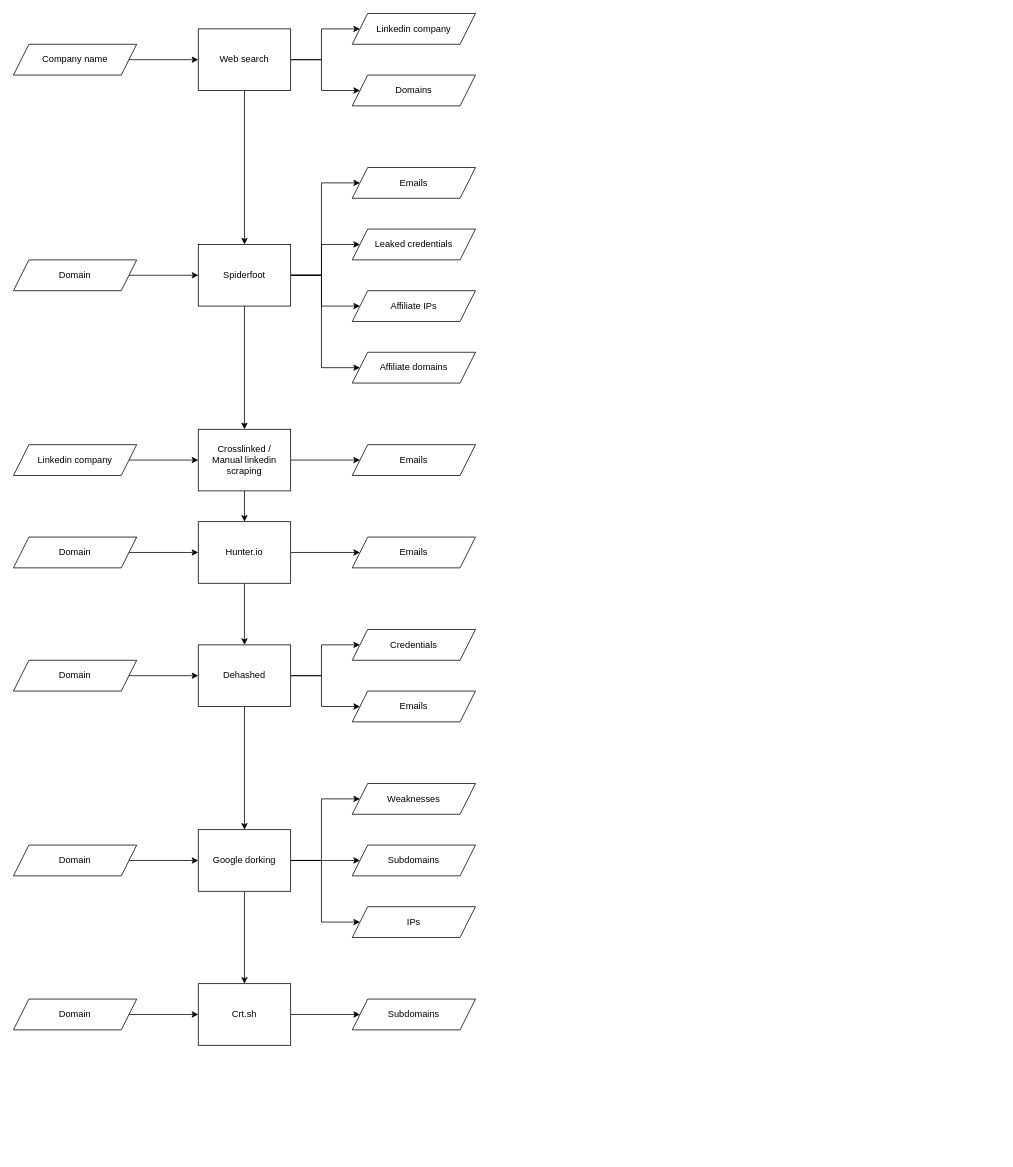
Above: notes/pt.drawio in MrcSantos/Penetration-Testing-notes (draw.io), before the change. Source tidied: cells renumbered, new cells numbered last; positions are measured from the earlier drawing's top-left corner, leaving out a move shared by most shapes. Both pictures are drawn from the tidied source at 77%, with x=0, y=0 at pixel (13, 13).
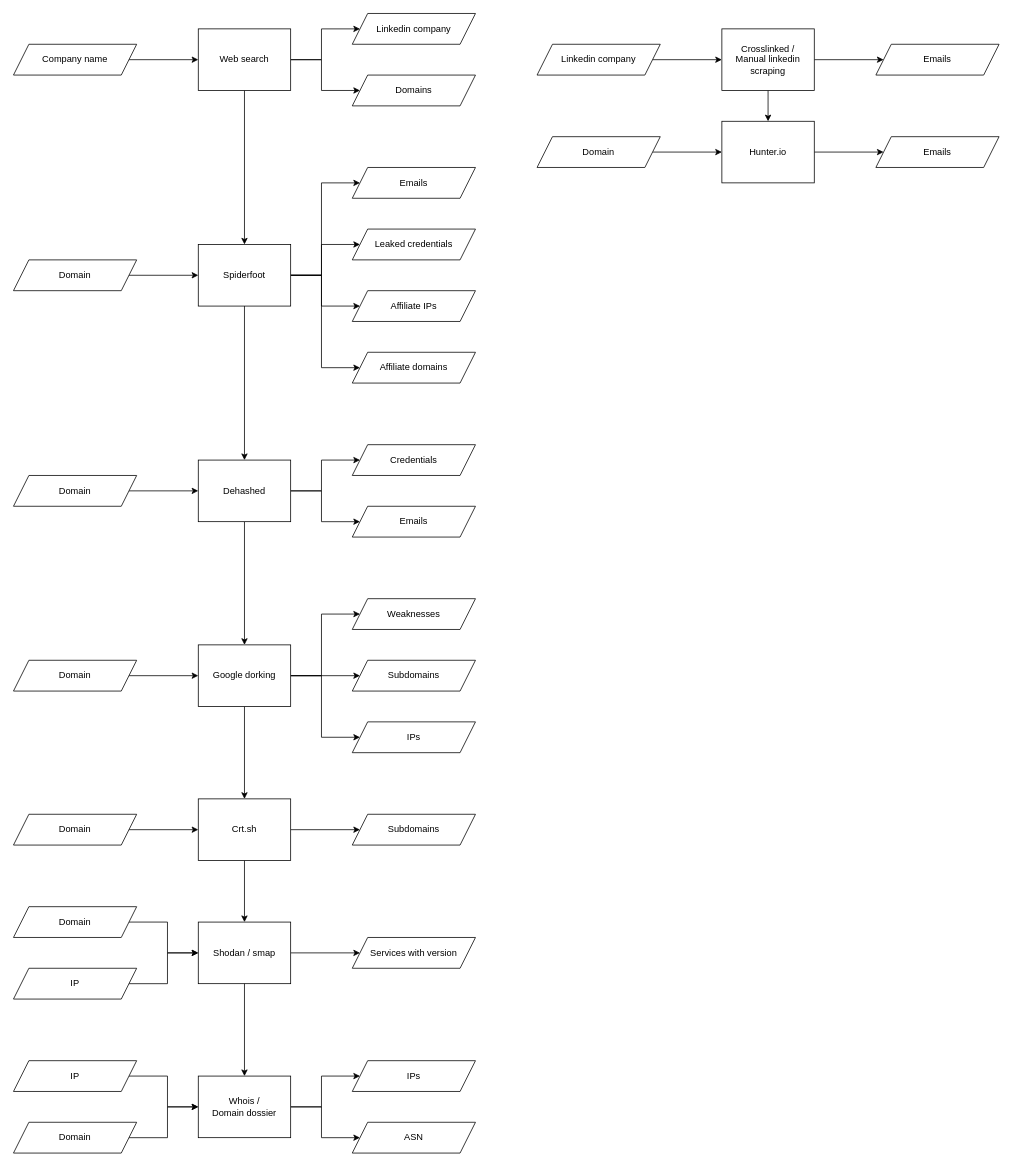
After the change.

Unchanged cells that the change refers to:
```xml
<mxCell id="10" value="Spiderfoot" style="rounded=0;whiteSpace=wrap;html=1;" parent="1" vertex="1">
  <mxGeometry x="240" y="300" width="120" height="80" as="geometry" />
</mxCell>
```

Change to the diagram source:
```diff
@@
-    <mxCell id="9" style="edgeStyle=orthogonalEdgeStyle;rounded=0;jettySize=auto;html=1;" parent="1" edge="1" source="10" target="40">
-      <mxGeometry relative="1" as="geometry" />
-    </mxCell>
@@
-    <mxCell id="21" style="edgeStyle=orthogonalEdgeStyle;rounded=0;jettySize=auto;html=1;" parent="1" edge="1" source="23" target="24">
-      <mxGeometry relative="1" as="geometry" />
-    </mxCell>
-    <mxCell id="22" style="edgeStyle=orthogonalEdgeStyle;rounded=0;jettySize=auto;html=1;" parent="1" edge="1" source="23" target="47">
+    <mxCell id="22" style="edgeStyle=orthogonalEdgeStyle;rounded=0;jettySize=auto;html=1;" parent="1" edge="1" source="10" target="47">
       <mxGeometry relative="1" as="geometry" />
     </mxCell>
-    <mxCell id="23" value="Hunter.io" style="rounded=0;whiteSpace=wrap;html=1;" parent="1" vertex="1">
-      <mxGeometry x="240" y="660" width="120" height="80" as="geometry" />
-    </mxCell>
-    <mxCell id="24" value="Emails" style="shape=parallelogram;perimeter=parallelogramPerimeter;whiteSpace=wrap;html=1;shapeInside=1;fixedSize=1;" parent="1" vertex="1">
-      <mxGeometry x="440" y="680" width="160" height="40" as="geometry" />
-    </mxCell>
-    <mxCell id="25" style="edgeStyle=orthogonalEdgeStyle;rounded=0;jettySize=auto;html=1;" parent="1" edge="1" source="26" target="23">
-      <mxGeometry relative="1" as="geometry" />
-    </mxCell>
-    <mxCell id="26" value="Domain" style="shape=parallelogram;perimeter=parallelogramPerimeter;whiteSpace=wrap;html=1;shapeInside=1;fixedSize=1;" parent="1" vertex="1">
-      <mxGeometry y="680" width="160" height="40" as="geometry" />
-    </mxCell>
     <mxCell id="27" style="edgeStyle=orthogonalEdgeStyle;rounded=0;jettySize=auto;html=1;" parent="1" edge="1" source="31" target="32">
       <mxGeometry relative="1" as="geometry">
         <Array as="points">
-          <mxPoint x="380" y="1100" />
-          <mxPoint x="380" y="1100" />
+          <mxPoint x="380" y="860" />
+          <mxPoint x="380" y="860" />
         </Array>
       </mxGeometry>
     </mxCell>
     <mxCell id="28" style="edgeStyle=orthogonalEdgeStyle;rounded=0;jettySize=auto;html=1;" parent="1" edge="1" source="31" target="35">
       <mxGeometry relative="1" as="geometry">
         <Array as="points">
-          <mxPoint x="400" y="1100" />
-          <mxPoint x="400" y="1180" />
+          <mxPoint x="400" y="860" />
+          <mxPoint x="400" y="940" />
         </Array>
       </mxGeometry>
     </mxCell>
     <mxCell id="29" style="edgeStyle=orthogonalEdgeStyle;rounded=0;jettySize=auto;html=1;" parent="1" edge="1" source="31" target="36">
       <mxGeometry relative="1" as="geometry">
         <Array as="points">
-          <mxPoint x="400" y="1100" />
-          <mxPoint x="400" y="1020" />
+          <mxPoint x="400" y="860" />
+          <mxPoint x="400" y="780" />
         </Array>
       </mxGeometry>
     </mxCell>
@@
     <mxCell id="31" value="Google dorking" style="rounded=0;whiteSpace=wrap;html=1;" parent="1" vertex="1">
-      <mxGeometry x="240" y="1060" width="120" height="80" as="geometry" />
+      <mxGeometry x="240" y="820" width="120" height="80" as="geometry" />
     </mxCell>
     <mxCell id="32" value="Subdomains" style="shape=parallelogram;perimeter=parallelogramPerimeter;whiteSpace=wrap;html=1;shapeInside=1;fixedSize=1;" parent="1" vertex="1">
-      <mxGeometry x="440" y="1080" width="160" height="40" as="geometry" />
+      <mxGeometry x="440" y="840" width="160" height="40" as="geometry" />
     </mxCell>
@@
     <mxCell id="34" value="Domain" style="shape=parallelogram;perimeter=parallelogramPerimeter;whiteSpace=wrap;html=1;shapeInside=1;fixedSize=1;" parent="1" vertex="1">
-      <mxGeometry y="1080" width="160" height="40" as="geometry" />
+      <mxGeometry y="840" width="160" height="40" as="geometry" />
     </mxCell>
     <mxCell id="35" value="IPs" style="shape=parallelogram;perimeter=parallelogramPerimeter;whiteSpace=wrap;html=1;shapeInside=1;fixedSize=1;" parent="1" vertex="1">
-      <mxGeometry x="440" y="1160" width="160" height="40" as="geometry" />
+      <mxGeometry x="440" y="920" width="160" height="40" as="geometry" />
     </mxCell>
     <mxCell id="36" value="Weaknesses" style="shape=parallelogram;perimeter=parallelogramPerimeter;whiteSpace=wrap;html=1;shapeInside=1;fixedSize=1;" parent="1" vertex="1">
-      <mxGeometry x="440" y="1000" width="160" height="40" as="geometry" />
+      <mxGeometry x="440" y="760" width="160" height="40" as="geometry" />
     </mxCell>
@@
-    <mxCell id="38" style="edgeStyle=orthogonalEdgeStyle;rounded=0;jettySize=auto;html=1;" parent="1" edge="1" source="40" target="41">
-      <mxGeometry relative="1" as="geometry" />
-    </mxCell>
-    <mxCell id="39" style="edgeStyle=orthogonalEdgeStyle;rounded=0;jettySize=auto;html=1;entryX=0.5;entryY=0;entryDx=0;entryDy=0;" parent="1" edge="1" source="40" target="23">
-      <mxGeometry relative="1" as="geometry" />
-    </mxCell>
-    <mxCell id="40" value="Crosslinked /&lt;div&gt;Manual linkedin scraping&lt;/div&gt;" style="rounded=0;whiteSpace=wrap;html=1;" parent="1" vertex="1">
-      <mxGeometry x="240" y="540" width="120" height="80" as="geometry" />
-    </mxCell>
-    <mxCell id="41" value="Emails" style="shape=parallelogram;perimeter=parallelogramPerimeter;whiteSpace=wrap;html=1;shapeInside=1;fixedSize=1;" parent="1" vertex="1">
-      <mxGeometry x="440" y="560" width="160" height="40" as="geometry" />
-    </mxCell>
-    <mxCell id="42" style="edgeStyle=orthogonalEdgeStyle;rounded=0;jettySize=auto;html=1;" parent="1" edge="1" source="43" target="40">
-      <mxGeometry relative="1" as="geometry" />
-    </mxCell>
-    <mxCell id="43" value="Linkedin company" style="shape=parallelogram;perimeter=parallelogramPerimeter;whiteSpace=wrap;html=1;shapeInside=1;fixedSize=1;" parent="1" vertex="1">
-      <mxGeometry y="560" width="160" height="40" as="geometry" />
-    </mxCell>
@@
     <mxCell id="47" value="Dehashed" style="rounded=0;whiteSpace=wrap;html=1;" parent="1" vertex="1">
-      <mxGeometry x="240" y="820" width="120" height="80" as="geometry" />
+      <mxGeometry x="240" y="580" width="120" height="80" as="geometry" />
     </mxCell>
     <mxCell id="48" value="Credentials" style="shape=parallelogram;perimeter=parallelogramPerimeter;whiteSpace=wrap;html=1;shapeInside=1;fixedSize=1;" parent="1" vertex="1">
-      <mxGeometry x="440" y="800" width="160" height="40" as="geometry" />
+      <mxGeometry x="440" y="560" width="160" height="40" as="geometry" />
     </mxCell>
@@
     <mxCell id="50" value="Domain" style="shape=parallelogram;perimeter=parallelogramPerimeter;whiteSpace=wrap;html=1;shapeInside=1;fixedSize=1;" parent="1" vertex="1">
-      <mxGeometry y="840" width="160" height="40" as="geometry" />
+      <mxGeometry y="600" width="160" height="40" as="geometry" />
     </mxCell>
@@
+    <mxCell id="57" style="edgeStyle=orthogonalEdgeStyle;rounded=0;jettySize=auto;html=1;" parent="1" edge="1" source="52" target="59">
+      <mxGeometry relative="1" as="geometry" />
+    </mxCell>
     <mxCell id="52" value="Crt.sh" style="rounded=0;whiteSpace=wrap;html=1;" parent="1" vertex="1">
-      <mxGeometry x="240" y="1260" width="120" height="80" as="geometry" />
+      <mxGeometry x="240" y="1020" width="120" height="80" as="geometry" />
     </mxCell>
     <mxCell id="53" value="Subdomains" style="shape=parallelogram;perimeter=parallelogramPerimeter;whiteSpace=wrap;html=1;shapeInside=1;fixedSize=1;" parent="1" vertex="1">
-      <mxGeometry x="440" y="1280" width="160" height="40" as="geometry" />
+      <mxGeometry x="440" y="1040" width="160" height="40" as="geometry" />
     </mxCell>
@@
     <mxCell id="55" value="Domain" style="shape=parallelogram;perimeter=parallelogramPerimeter;whiteSpace=wrap;html=1;shapeInside=1;fixedSize=1;" parent="1" vertex="1">
-      <mxGeometry y="1280" width="160" height="40" as="geometry" />
+      <mxGeometry y="1040" width="160" height="40" as="geometry" />
     </mxCell>
     <mxCell id="56" value="Emails" style="shape=parallelogram;perimeter=parallelogramPerimeter;whiteSpace=wrap;html=1;shapeInside=1;fixedSize=1;" parent="1" vertex="1">
-      <mxGeometry x="440" y="880" width="160" height="40" as="geometry" />
+      <mxGeometry x="440" y="640" width="160" height="40" as="geometry" />
     </mxCell>
+    <mxCell id="58" style="edgeStyle=orthogonalEdgeStyle;rounded=0;jettySize=auto;html=1;" parent="1" edge="1" source="59" target="60">
+      <mxGeometry relative="1" as="geometry" />
+    </mxCell>
+    <mxCell id="59" value="Shodan / smap" style="rounded=0;whiteSpace=wrap;html=1;" parent="1" vertex="1">
+      <mxGeometry x="240" y="1180" width="120" height="80" as="geometry" />
+    </mxCell>
+    <mxCell id="60" value="Services with version" style="shape=parallelogram;perimeter=parallelogramPerimeter;whiteSpace=wrap;html=1;shapeInside=1;fixedSize=1;" parent="1" vertex="1">
+      <mxGeometry x="440" y="1200" width="160" height="40" as="geometry" />
+    </mxCell>
+    <mxCell id="61" style="edgeStyle=orthogonalEdgeStyle;rounded=0;jettySize=auto;html=1;" parent="1" edge="1" source="62" target="59">
+      <mxGeometry relative="1" as="geometry" />
+    </mxCell>
+    <mxCell id="62" value="Domain" style="shape=parallelogram;perimeter=parallelogramPerimeter;whiteSpace=wrap;html=1;shapeInside=1;fixedSize=1;" parent="1" vertex="1">
+      <mxGeometry y="1160" width="160" height="40" as="geometry" />
+    </mxCell>
+    <mxCell id="63" style="edgeStyle=orthogonalEdgeStyle;rounded=0;jettySize=auto;html=1;" parent="1" edge="1" source="64" target="59">
+      <mxGeometry relative="1" as="geometry" />
+    </mxCell>
+    <mxCell id="64" value="IP" style="shape=parallelogram;perimeter=parallelogramPerimeter;whiteSpace=wrap;html=1;shapeInside=1;fixedSize=1;" parent="1" vertex="1">
+      <mxGeometry y="1240" width="160" height="40" as="geometry" />
+    </mxCell>
+    <mxCell id="65" style="edgeStyle=orthogonalEdgeStyle;rounded=0;jettySize=auto;html=1;entryX=0.5;entryY=0;entryDx=0;entryDy=0;" parent="1" edge="1" source="59" target="68">
+      <mxGeometry relative="1" as="geometry" />
+    </mxCell>
+    <mxCell id="66" style="edgeStyle=orthogonalEdgeStyle;rounded=0;jettySize=auto;html=1;" parent="1" edge="1" source="68" target="69">
+      <mxGeometry relative="1" as="geometry" />
+    </mxCell>
+    <mxCell id="67" style="edgeStyle=orthogonalEdgeStyle;rounded=0;jettySize=auto;html=1;" parent="1" edge="1" source="68" target="70">
+      <mxGeometry relative="1" as="geometry" />
+    </mxCell>
+    <mxCell id="68" value="Whois /&lt;div&gt;Domain dossier&lt;/div&gt;" style="rounded=0;whiteSpace=wrap;html=1;" parent="1" vertex="1">
+      <mxGeometry x="240" y="1380" width="120" height="80" as="geometry" />
+    </mxCell>
+    <mxCell id="69" value="IPs" style="shape=parallelogram;perimeter=parallelogramPerimeter;whiteSpace=wrap;html=1;shapeInside=1;fixedSize=1;" parent="1" vertex="1">
+      <mxGeometry x="440" y="1360" width="160" height="40" as="geometry" />
+    </mxCell>
+    <mxCell id="70" value="ASN" style="shape=parallelogram;perimeter=parallelogramPerimeter;whiteSpace=wrap;html=1;shapeInside=1;fixedSize=1;" parent="1" vertex="1">
+      <mxGeometry x="440" y="1440" width="160" height="40" as="geometry" />
+    </mxCell>
+    <mxCell id="71" style="edgeStyle=orthogonalEdgeStyle;rounded=0;jettySize=auto;html=1;" parent="1" edge="1" source="72" target="68">
+      <mxGeometry relative="1" as="geometry" />
+    </mxCell>
+    <mxCell id="72" value="Domain" style="shape=parallelogram;perimeter=parallelogramPerimeter;whiteSpace=wrap;html=1;shapeInside=1;fixedSize=1;" parent="1" vertex="1">
+      <mxGeometry y="1440" width="160" height="40" as="geometry" />
+    </mxCell>
+    <mxCell id="73" style="edgeStyle=orthogonalEdgeStyle;rounded=0;jettySize=auto;html=1;" parent="1" edge="1" source="74" target="68">
+      <mxGeometry relative="1" as="geometry" />
+    </mxCell>
+    <mxCell id="74" value="IP" style="shape=parallelogram;perimeter=parallelogramPerimeter;whiteSpace=wrap;html=1;shapeInside=1;fixedSize=1;" parent="1" vertex="1">
+      <mxGeometry y="1360" width="160" height="40" as="geometry" />
+    </mxCell>
+    <mxCell id="75" style="edgeStyle=orthogonalEdgeStyle;rounded=0;jettySize=auto;html=1;" parent="1" edge="1" source="23" target="76">
+      <mxGeometry relative="1" as="geometry" />
+    </mxCell>
+    <mxCell id="23" value="Hunter.io" style="rounded=0;whiteSpace=wrap;html=1;" parent="1" vertex="1">
+      <mxGeometry x="920" y="140" width="120" height="80" as="geometry" />
+    </mxCell>
+    <mxCell id="76" value="Emails" style="shape=parallelogram;perimeter=parallelogramPerimeter;whiteSpace=wrap;html=1;shapeInside=1;fixedSize=1;" parent="1" vertex="1">
+      <mxGeometry x="1120" y="160" width="160" height="40" as="geometry" />
+    </mxCell>
+    <mxCell id="77" style="edgeStyle=orthogonalEdgeStyle;rounded=0;jettySize=auto;html=1;" parent="1" edge="1" source="78" target="23">
+      <mxGeometry relative="1" as="geometry" />
+    </mxCell>
+    <mxCell id="78" value="Domain" style="shape=parallelogram;perimeter=parallelogramPerimeter;whiteSpace=wrap;html=1;shapeInside=1;fixedSize=1;" parent="1" vertex="1">
+      <mxGeometry x="680" y="160" width="160" height="40" as="geometry" />
+    </mxCell>
+    <mxCell id="79" style="edgeStyle=orthogonalEdgeStyle;rounded=0;jettySize=auto;html=1;" parent="1" edge="1" source="40" target="80">
+      <mxGeometry relative="1" as="geometry" />
+    </mxCell>
+    <mxCell id="39" style="edgeStyle=orthogonalEdgeStyle;rounded=0;jettySize=auto;html=1;entryX=0.5;entryY=0;entryDx=0;entryDy=0;" parent="1" edge="1" source="40" target="23">
+      <mxGeometry relative="1" as="geometry" />
+    </mxCell>
+    <mxCell id="40" value="Crosslinked /&lt;div&gt;Manual linkedin scraping&lt;/div&gt;" style="rounded=0;whiteSpace=wrap;html=1;" parent="1" vertex="1">
+      <mxGeometry x="920" y="20" width="120" height="80" as="geometry" />
+    </mxCell>
+    <mxCell id="80" value="Emails" style="shape=parallelogram;perimeter=parallelogramPerimeter;whiteSpace=wrap;html=1;shapeInside=1;fixedSize=1;" parent="1" vertex="1">
+      <mxGeometry x="1120" y="40" width="160" height="40" as="geometry" />
+    </mxCell>
+    <mxCell id="42" style="edgeStyle=orthogonalEdgeStyle;rounded=0;jettySize=auto;html=1;" parent="1" edge="1" source="43" target="40">
+      <mxGeometry relative="1" as="geometry" />
+    </mxCell>
+    <mxCell id="43" value="Linkedin company" style="shape=parallelogram;perimeter=parallelogramPerimeter;whiteSpace=wrap;html=1;shapeInside=1;fixedSize=1;" parent="1" vertex="1">
+      <mxGeometry x="680" y="40" width="160" height="40" as="geometry" />
+    </mxCell>
```
